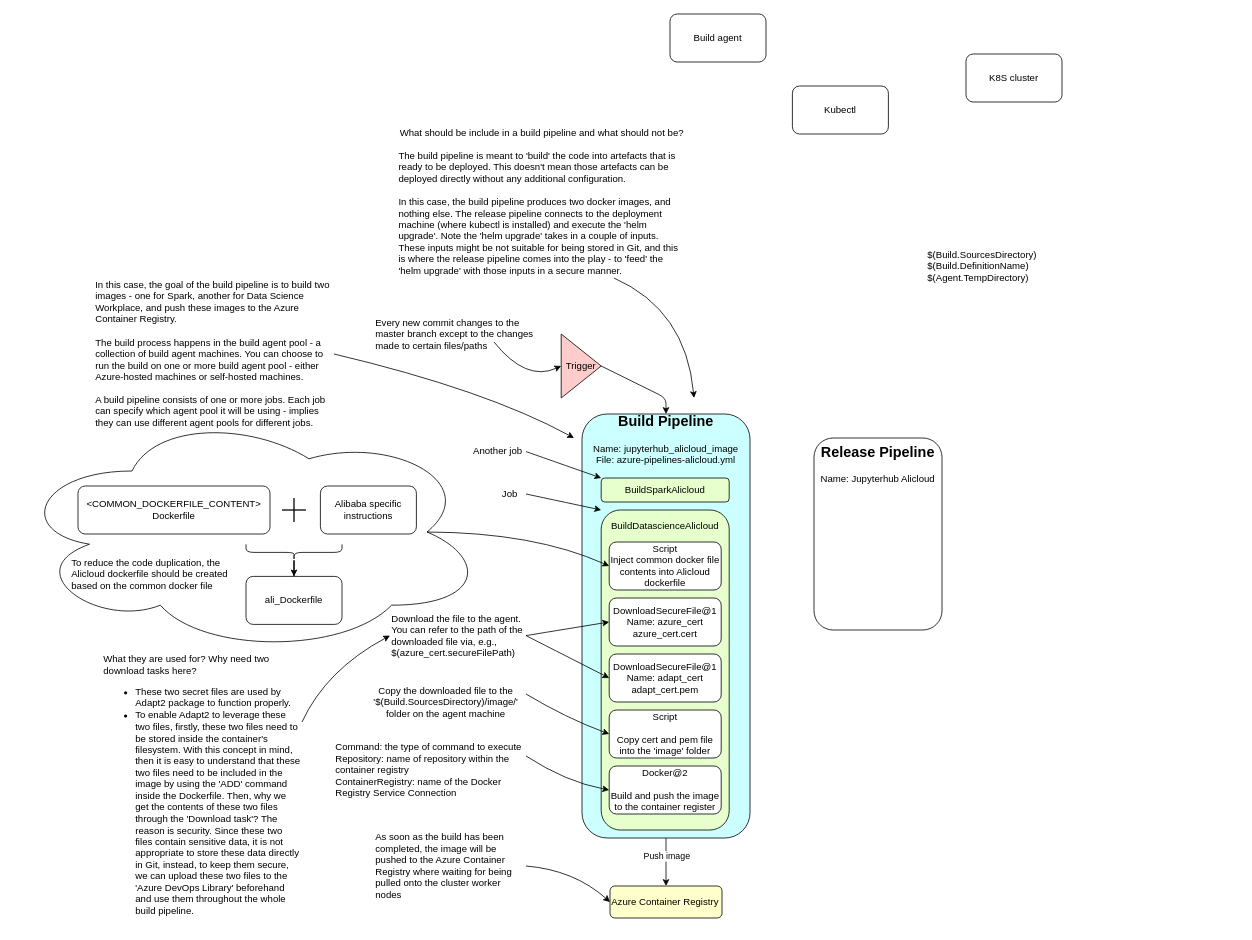
Before: azuredevops.drawio in huangdgm/webstore-v2.0, a draw.io diagram. Source tidied: cells renumbered, new cells numbered last; positions are measured from the earlier drawing's top-left corner, leaving out a move shared by most shapes. Both pictures are drawn from the tidied source at 80%, with x=0, y=0 at pixel (14, 14).
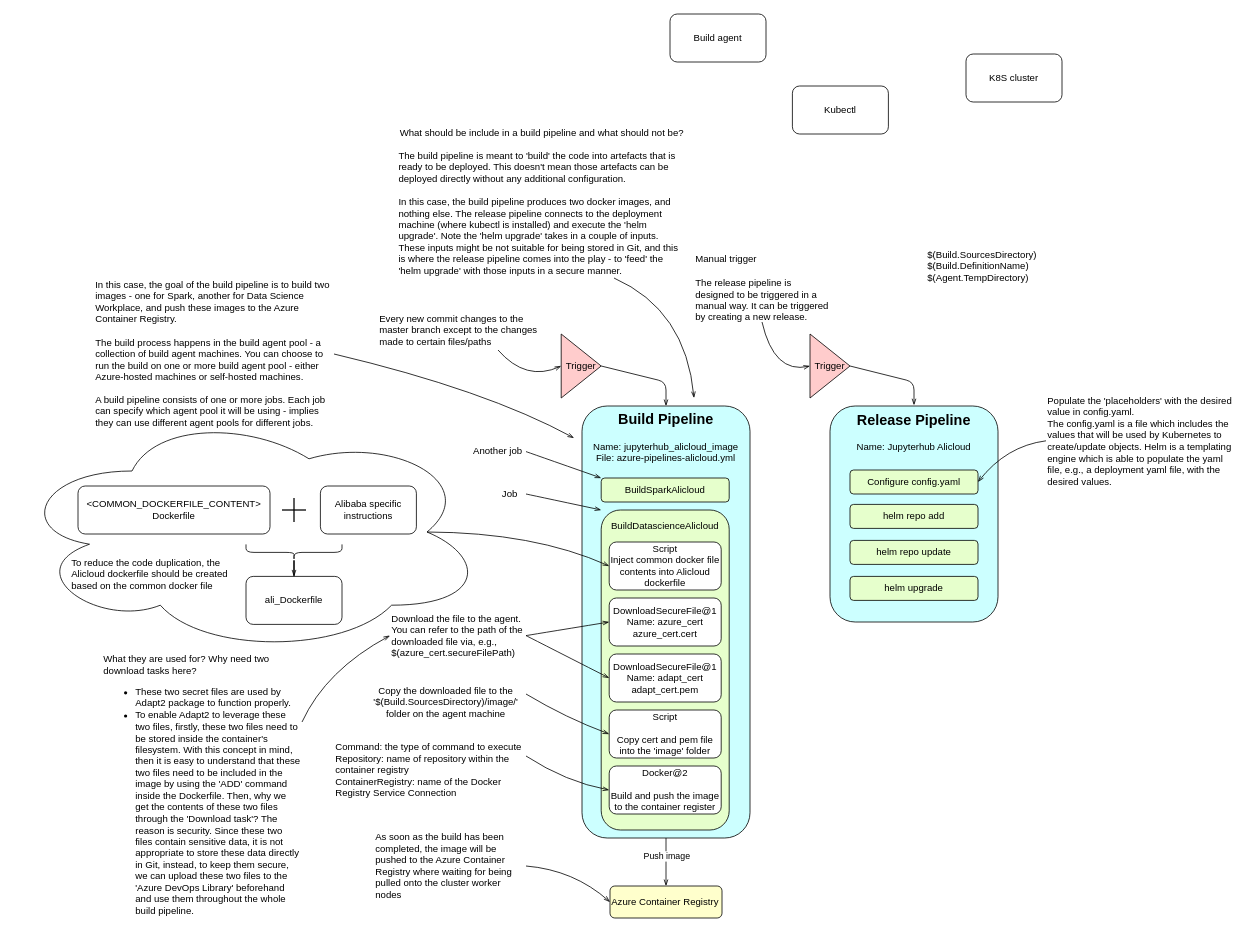
After the change.

The change refers to these unchanged cells:
```xml
<mxCell id="2" style="ellipse;shape=cloud;whiteSpace=wrap;html=1;" parent="1" vertex="1">
  <mxGeometry y="495" width="590" height="305" as="geometry" />
</mxCell>
<mxCell id="7" style="shape=curlyBracket;whiteSpace=wrap;html=1;rounded=1;flipH=1;rotation=90;" parent="1" vertex="1">
  <mxGeometry x="340" y="613" width="20" height="120" as="geometry" />
</mxCell>
<mxCell id="8" value="ali_Dockerfile" style="whiteSpace=wrap;html=1;rounded=1;" parent="1" vertex="1">
  <mxGeometry x="290" y="703" width="120" height="60" as="geometry" />
</mxCell>
<mxCell id="18" value="Azure Container Registry" style="rounded=1;whiteSpace=wrap;html=1;align=left;fillColor=#FFFFCC;" parent="1" vertex="1">
  <mxGeometry x="745" y="1090" width="140" height="40" as="geometry" />
</mxCell>
<mxCell id="20" value="BuildSparkAlicloud" style="rounded=1;whiteSpace=wrap;html=1;fillColor=#E6FFCC;" parent="1" vertex="1">
  <mxGeometry x="734" y="580" width="160" height="30" as="geometry" />
</mxCell>
<mxCell id="21" style="rounded=1;whiteSpace=wrap;html=1;fillColor=#E6FFCC;" parent="1" vertex="1">
  <mxGeometry x="734" y="620" width="160" height="400" as="geometry" />
</mxCell>
<mxCell id="23" value="Script&lt;br&gt;Inject common docker file contents into Alicloud dockerfile" style="rounded=1;whiteSpace=wrap;html=1;" parent="1" vertex="1">
  <mxGeometry x="744" y="660" width="140" height="60" as="geometry" />
</mxCell>
<mxCell id="24" value="DownloadSecureFile@1&lt;br&gt;Name: azure_cert&lt;br&gt;azure_cert.cert" style="rounded=1;whiteSpace=wrap;html=1;" parent="1" vertex="1">
  <mxGeometry x="744" y="730" width="140" height="60" as="geometry" />
</mxCell>
<mxCell id="25" value="DownloadSecureFile@1&lt;br&gt;Name: adapt_cert&lt;br&gt;adapt_cert.pem" style="rounded=1;whiteSpace=wrap;html=1;" parent="1" vertex="1">
  <mxGeometry x="744" y="800" width="140" height="60" as="geometry" />
</mxCell>
<mxCell id="26" value="Script&lt;br&gt;&lt;br&gt;Copy cert and pem file into the 'image' folder" style="rounded=1;whiteSpace=wrap;html=1;" parent="1" vertex="1">
  <mxGeometry x="744" y="870" width="140" height="60" as="geometry" />
</mxCell>
<mxCell id="27" value="Docker@2&lt;br&gt;&lt;br&gt;Build and push the image to the container register" style="rounded=1;whiteSpace=wrap;html=1;" parent="1" vertex="1">
  <mxGeometry x="744" y="940" width="140" height="60" as="geometry" />
</mxCell>
<mxCell id="28" value="Download the file to the agent. You can refer to the path of the downloaded file via, e.g., $(azure_cert.secureFilePath)" style="text;html=1;strokeColor=none;fillColor=none;align=left;verticalAlign=middle;whiteSpace=wrap;rounded=0;" parent="1" vertex="1">
  <mxGeometry x="470" y="747" width="170" height="60" as="geometry" />
</mxCell>
<mxCell id="31" value="Copy the downloaded file to the '$(Build.SourcesDirectory)/image/' folder on the agent machine" style="text;html=1;strokeColor=none;fillColor=none;align=center;verticalAlign=middle;whiteSpace=wrap;rounded=0;" parent="1" vertex="1">
  <mxGeometry x="440" y="840" width="200" height="40" as="geometry" />
</mxCell>
<mxCell id="33" value="Trigger" style="triangle;whiteSpace=wrap;html=1;fillColor=#FFCCCC;" parent="1" vertex="1">
  <mxGeometry x="684" y="400" width="50" height="80" as="geometry" />
</mxCell>
<mxCell id="35" value="Command: the type of command to execute&lt;br&gt;Repository: name of repository within the container registry&lt;br&gt;ContainerRegistry: name of the Docker Registry Service Connection" style="text;html=1;strokeColor=none;fillColor=none;align=left;verticalAlign=middle;whiteSpace=wrap;rounded=0;" parent="1" vertex="1">
  <mxGeometry x="400" y="910" width="240" height="70" as="geometry" />
</mxCell>
<mxCell id="39" value="Job" style="text;html=1;strokeColor=none;fillColor=none;align=center;verticalAlign=middle;whiteSpace=wrap;rounded=0;" parent="1" vertex="1">
  <mxGeometry x="600" y="590" width="40" height="20" as="geometry" />
</mxCell>
<mxCell id="40" value="Another job" style="text;html=1;strokeColor=none;fillColor=none;align=center;verticalAlign=middle;whiteSpace=wrap;rounded=0;" parent="1" vertex="1">
  <mxGeometry x="570" y="537" width="70" height="20" as="geometry" />
</mxCell>
<mxCell id="45" value="In this case, the goal of the build pipeline is to build two images - one for Spark, another for Data Science Workplace, and push these images to the Azure Container Registry.&lt;br&gt;&lt;br&gt;The build process happens in the build agent pool - a collection of build agent machines. You can choose to run the build on one or more build agent pool - either Azure-hosted machines or self-hosted machines.&lt;br&gt;&lt;br&gt;A build pipeline consists of one or more jobs. Each job can specify which agent pool it will be using - implies they can use different agent pools for different jobs." style="text;html=1;strokeColor=none;fillColor=none;align=left;verticalAlign=middle;whiteSpace=wrap;rounded=0;" parent="1" vertex="1">
  <mxGeometry x="100" y="330" width="300" height="190" as="geometry" />
</mxCell>
<mxCell id="47" value="As soon as the build has been completed, the image will be pushed to the Azure Container Registry where waiting for being pulled onto the cluster worker nodes" style="text;html=1;strokeColor=none;fillColor=none;align=left;verticalAlign=middle;whiteSpace=wrap;rounded=0;" parent="1" vertex="1">
  <mxGeometry x="450" y="1020" width="190" height="90" as="geometry" />
</mxCell>
<mxCell id="49" value="What they are used for? Why need two download tasks here?&lt;br&gt;&lt;ul&gt;&lt;li&gt;&lt;span&gt;These two secret files are used by Adapt2 package to function properly.&lt;/span&gt;&lt;/li&gt;&lt;li&gt;To enable Adapt2 to leverage these two files, firstly, these two files need to be stored inside the container's filesystem. With this concept in mind, then it is easy to understand that these two files need to be included in the image by using the 'ADD' command inside the Dockerfile. Then, why we get the contents of these two files through the 'Download task'? The reason is security. Since these two files contain sensitive data, it is not appropriate to store these data directly in Git, instead, to keep them secure, we can upload these two files to the 'Azure DevOps Library' beforehand and use them throughout the whole build pipeline.&lt;/li&gt;&lt;/ul&gt;" style="text;html=1;strokeColor=none;fillColor=none;align=left;verticalAlign=middle;whiteSpace=wrap;rounded=0;" parent="1" vertex="1">
  <mxGeometry x="110" y="800" width="250" height="340" as="geometry" />
</mxCell>
<mxCell id="51" value="What should be include in a build pipeline and what should not be?&lt;br&gt;&lt;br&gt;&lt;div style=&quot;text-align: left&quot;&gt;&lt;span&gt;The build pipeline is meant to 'build' the code into artefacts that is ready to be deployed. This doesn't mean those artefacts can be deployed directly without any additional configuration.&lt;/span&gt;&lt;/div&gt;&lt;div style=&quot;text-align: left&quot;&gt;&lt;span&gt;&lt;br&gt;&lt;/span&gt;&lt;/div&gt;&lt;div style=&quot;text-align: left&quot;&gt;&lt;span&gt;In this case, the build pipeline produces two docker images, and nothing else. The release pipeline connects to the deployment machine (where kubectl is installed) and execute the 'helm upgrade'. Note the 'helm upgrade' takes in a couple of inputs. These inputs might be not suitable for being stored in Git, and this is where the release pipeline comes into the play - to 'feed' the 'helm upgrade' with those inputs in a secure manner.&lt;/span&gt;&lt;/div&gt;" style="text;html=1;strokeColor=none;fillColor=none;align=center;verticalAlign=middle;whiteSpace=wrap;rounded=0;" parent="1" vertex="1">
  <mxGeometry x="480" y="140" width="360" height="190" as="geometry" />
</mxCell>
```

Change to the diagram source:
```diff
@@
-    <mxCell id="6" style="edgeStyle=orthogonalEdgeStyle;rounded=0;jettySize=auto;html=1;" parent="1" edge="1" source="7" target="8">
+    <mxCell id="6" style="edgeStyle=orthogonalEdgeStyle;rounded=0;jettySize=auto;html=1;endArrow=openThin;endFill=0;" parent="1" edge="1" source="7" target="8">
       <mxGeometry relative="1" as="geometry" />
     </mxCell>
@@
-    <mxCell id="9" style="edgeStyle=orthogonalEdgeStyle;rounded=0;jettySize=auto;html=1;" parent="1" edge="1" source="11" target="18">
+    <mxCell id="9" style="edgeStyle=orthogonalEdgeStyle;rounded=0;jettySize=auto;html=1;endArrow=openThin;endFill=0;" parent="1" edge="1" source="11" target="18">
       <mxGeometry relative="1" as="geometry" />
     </mxCell>
@@
     <mxCell id="11" style="rounded=1;whiteSpace=wrap;html=1;fillColor=#CCFFFF;" parent="1" vertex="1">
-      <mxGeometry x="710" y="500" width="210" height="530" as="geometry" />
+      <mxGeometry x="710" y="490" width="210" height="540" as="geometry" />
     </mxCell>
     <mxCell id="12" value="&lt;h2&gt;Build Pipeline&lt;/h2&gt;Name: jupyterhub_alicloud_image&lt;br&gt;File:&amp;nbsp;azure-pipelines-alicloud.yml" style="text;html=1;strokeColor=none;fillColor=none;align=center;verticalAlign=middle;whiteSpace=wrap;rounded=0;" parent="1" vertex="1">
-      <mxGeometry x="720" y="510" width="190" height="30" as="geometry" />
+      <mxGeometry x="720" y="507" width="190" height="30" as="geometry" />
     </mxCell>
-    <mxCell id="13" style="rounded=1;whiteSpace=wrap;html=1;" parent="1" vertex="1">
-      <mxGeometry x="1000" y="530" width="160" height="240" as="geometry" />
+    <mxCell id="13" style="rounded=1;whiteSpace=wrap;html=1;fillColor=#CCFFFF;" parent="1" vertex="1">
+      <mxGeometry x="1020" y="490" width="210" height="270" as="geometry" />
     </mxCell>
     <mxCell id="14" value="&lt;h2&gt;Release Pipeline&lt;/h2&gt;Name: Jupyterhub Alicloud" style="text;html=1;strokeColor=none;fillColor=none;align=center;verticalAlign=middle;whiteSpace=wrap;rounded=0;" parent="1" vertex="1">
-      <mxGeometry x="1000" y="537" width="160" height="35" as="geometry" />
+      <mxGeometry x="1045" y="497" width="160" height="35" as="geometry" />
     </mxCell>
@@
-    <mxCell id="29" style="curved=1;endArrow=classic;html=1;exitX=1;exitY=0.5;exitDx=0;exitDy=0;entryX=0;entryY=0.5;entryDx=0;entryDy=0;" parent="1" edge="1" source="28" target="24">
+    <mxCell id="29" style="curved=1;endArrow=openThin;html=1;exitX=1;exitY=0.5;exitDx=0;exitDy=0;entryX=0;entryY=0.5;entryDx=0;entryDy=0;endFill=0;" parent="1" edge="1" source="28" target="24">
       <mxGeometry relative="1" as="geometry" />
     </mxCell>
-    <mxCell id="30" style="curved=1;endArrow=classic;html=1;exitX=1;exitY=0.5;exitDx=0;exitDy=0;entryX=0;entryY=0.5;entryDx=0;entryDy=0;" parent="1" edge="1" source="28" target="25">
+    <mxCell id="30" style="curved=1;endArrow=openThin;html=1;exitX=1;exitY=0.5;exitDx=0;exitDy=0;entryX=0;entryY=0.5;entryDx=0;entryDy=0;endFill=0;" parent="1" edge="1" source="28" target="25">
       <mxGeometry relative="1" as="geometry" />
     </mxCell>
@@
-    <mxCell id="32" style="curved=1;endArrow=classic;html=1;exitX=1;exitY=0.25;exitDx=0;exitDy=0;entryX=0;entryY=0.5;entryDx=0;entryDy=0;" parent="1" edge="1" source="31" target="26">
+    <mxCell id="32" style="curved=1;endArrow=openThin;html=1;exitX=1;exitY=0.25;exitDx=0;exitDy=0;entryX=0;entryY=0.5;entryDx=0;entryDy=0;endFill=0;" parent="1" edge="1" source="31" target="26">
       <mxGeometry relative="1" as="geometry">
         <Array as="points">
           <mxPoint x="690" y="880" />
         </Array>
       </mxGeometry>
     </mxCell>
@@
-    <mxCell id="34" style="endArrow=classic;html=1;exitX=1;exitY=0.5;exitDx=0;exitDy=0;entryX=0.5;entryY=0;entryDx=0;entryDy=0;" parent="1" edge="1" source="33" target="11">
+    <mxCell id="34" style="endArrow=openThin;html=1;exitX=1;exitY=0.5;exitDx=0;exitDy=0;entryX=0.5;entryY=0;entryDx=0;entryDy=0;endFill=0;" parent="1" edge="1" source="33" target="11">
       <mxGeometry relative="1" as="geometry">
         <Array as="points">
-          <mxPoint x="815" y="480" />
+          <mxPoint x="815" y="460" />
         </Array>
       </mxGeometry>
     </mxCell>
@@
-    <mxCell id="36" style="curved=1;endArrow=classic;html=1;exitX=1;exitY=0.25;exitDx=0;exitDy=0;entryX=0;entryY=0.5;entryDx=0;entryDy=0;" parent="1" edge="1" source="35" target="27">
+    <mxCell id="36" style="curved=1;endArrow=openThin;html=1;exitX=1;exitY=0.25;exitDx=0;exitDy=0;entryX=0;entryY=0.5;entryDx=0;entryDy=0;endFill=0;" parent="1" edge="1" source="35" target="27">
       <mxGeometry relative="1" as="geometry">
         <Array as="points">
           <mxPoint x="690" y="960" />
         </Array>
       </mxGeometry>
     </mxCell>
@@
-    <mxCell id="38" style="curved=1;endArrow=classic;html=1;exitX=0.875;exitY=0.5;exitDx=0;exitDy=0;entryX=0;entryY=0.5;entryDx=0;entryDy=0;exitPerimeter=0;" parent="1" edge="1" source="2" target="23">
+    <mxCell id="38" style="curved=1;endArrow=openThin;html=1;exitX=0.875;exitY=0.5;exitDx=0;exitDy=0;entryX=0;entryY=0.5;entryDx=0;entryDy=0;exitPerimeter=0;endFill=0;" parent="1" edge="1" source="2" target="23">
       <mxGeometry relative="1" as="geometry">
         <Array as="points">
           <mxPoint x="650" y="648" />
         </Array>
       </mxGeometry>
     </mxCell>
@@
-    <mxCell id="41" style="curved=1;endArrow=classic;html=1;exitX=1;exitY=0.5;exitDx=0;exitDy=0;entryX=0;entryY=0;entryDx=0;entryDy=0;" parent="1" edge="1" source="39" target="21">
+    <mxCell id="41" style="curved=1;endArrow=openThin;html=1;exitX=1;exitY=0.5;exitDx=0;exitDy=0;entryX=0;entryY=0;entryDx=0;entryDy=0;endFill=0;" parent="1" edge="1" source="39" target="21">
       <mxGeometry relative="1" as="geometry" />
     </mxCell>
-    <mxCell id="42" style="curved=1;endArrow=classic;html=1;exitX=1;exitY=0.5;exitDx=0;exitDy=0;entryX=0;entryY=0;entryDx=0;entryDy=0;" parent="1" edge="1" source="40" target="20">
+    <mxCell id="42" style="curved=1;endArrow=openThin;html=1;exitX=1;exitY=0.5;exitDx=0;exitDy=0;entryX=0;entryY=0;entryDx=0;entryDy=0;endFill=0;" parent="1" edge="1" source="40" target="20">
       <mxGeometry relative="1" as="geometry" />
     </mxCell>
     <mxCell id="43" value="Every new commit changes to the master branch except to the changes made to certain files/paths" style="text;html=1;strokeColor=none;fillColor=none;align=left;verticalAlign=middle;whiteSpace=wrap;rounded=0;" parent="1" vertex="1">
-      <mxGeometry x="450" y="390" width="200" height="20" as="geometry" />
+      <mxGeometry x="455" y="370" width="200" height="50" as="geometry" />
     </mxCell>
-    <mxCell id="44" style="curved=1;endArrow=classic;html=1;exitX=0.75;exitY=1;exitDx=0;exitDy=0;entryX=0;entryY=0.5;entryDx=0;entryDy=0;" parent="1" edge="1" source="43" target="33">
+    <mxCell id="44" style="curved=1;endArrow=openThin;html=1;exitX=0.75;exitY=1;exitDx=0;exitDy=0;entryX=0;entryY=0.5;entryDx=0;entryDy=0;endFill=0;" parent="1" edge="1" source="43" target="33">
       <mxGeometry relative="1" as="geometry">
         <Array as="points">
           <mxPoint x="640" y="460" />
         </Array>
       </mxGeometry>
     </mxCell>
@@
-    <mxCell id="46" style="curved=1;endArrow=classic;html=1;exitX=1;exitY=0.5;exitDx=0;exitDy=0;" parent="1" edge="1" source="45">
+    <mxCell id="46" style="curved=1;endArrow=openThin;html=1;exitX=1;exitY=0.5;exitDx=0;exitDy=0;endFill=0;" parent="1" edge="1" source="45">
       <mxGeometry relative="1" as="geometry">
         <mxPoint x="700" y="530" as="targetPoint" />
         <Array as="points">
           <mxPoint x="590" y="470" />
         </Array>
       </mxGeometry>
     </mxCell>
@@
-    <mxCell id="48" style="curved=1;endArrow=classic;html=1;exitX=1;exitY=0.5;exitDx=0;exitDy=0;entryX=0;entryY=0.5;entryDx=0;entryDy=0;" parent="1" edge="1" source="47" target="18">
+    <mxCell id="48" style="curved=1;endArrow=openThin;html=1;exitX=1;exitY=0.5;exitDx=0;exitDy=0;entryX=0;entryY=0.5;entryDx=0;entryDy=0;endFill=0;" parent="1" edge="1" source="47" target="18">
       <mxGeometry relative="1" as="geometry">
         <Array as="points">
           <mxPoint x="700" y="1070" />
         </Array>
       </mxGeometry>
     </mxCell>
@@
-    <mxCell id="50" style="curved=1;endArrow=classic;html=1;exitX=1;exitY=0.25;exitDx=0;exitDy=0;entryX=0;entryY=0.5;entryDx=0;entryDy=0;" parent="1" edge="1" source="49" target="28">
+    <mxCell id="50" style="curved=1;endArrow=openThin;html=1;exitX=1;exitY=0.25;exitDx=0;exitDy=0;entryX=0;entryY=0.5;entryDx=0;entryDy=0;endFill=0;" parent="1" edge="1" source="49" target="28">
       <mxGeometry relative="1" as="geometry">
         <Array as="points">
           <mxPoint x="390" y="820" />
         </Array>
       </mxGeometry>
     </mxCell>
@@
-    <mxCell id="52" style="curved=1;endArrow=classic;html=1;exitX=0.75;exitY=1;exitDx=0;exitDy=0;" parent="1" edge="1" source="51">
+    <mxCell id="52" style="curved=1;endArrow=openThin;html=1;exitX=0.75;exitY=1;exitDx=0;exitDy=0;endFill=0;" parent="1" edge="1" source="51">
       <mxGeometry relative="1" as="geometry">
         <mxPoint x="850" y="480" as="targetPoint" />
         <Array as="points">
           <mxPoint x="840" y="370" />
         </Array>
       </mxGeometry>
     </mxCell>
+    <mxCell id="53" value="Configure config.yaml" style="rounded=1;whiteSpace=wrap;html=1;fillColor=#E6FFCC;" parent="1" vertex="1">
+      <mxGeometry x="1045" y="570" width="160" height="30" as="geometry" />
+    </mxCell>
+    <mxCell id="54" value="helm repo add" style="rounded=1;whiteSpace=wrap;html=1;fillColor=#E6FFCC;" parent="1" vertex="1">
+      <mxGeometry x="1045" y="613" width="160" height="30" as="geometry" />
+    </mxCell>
+    <mxCell id="55" value="helm repo update" style="rounded=1;whiteSpace=wrap;html=1;fillColor=#E6FFCC;" parent="1" vertex="1">
+      <mxGeometry x="1045" y="658" width="160" height="30" as="geometry" />
+    </mxCell>
+    <mxCell id="56" value="helm upgrade" style="rounded=1;whiteSpace=wrap;html=1;fillColor=#E6FFCC;" parent="1" vertex="1">
+      <mxGeometry x="1045" y="703" width="160" height="30" as="geometry" />
+    </mxCell>
+    <mxCell id="57" value="Populate the 'placeholders' with the desired value in config.yaml.&lt;br&gt;The config.yaml is a file which includes the values that will be used by Kubernetes to create/update objects. Helm is a templating engine which is able to populate the yaml file, e.g., a deployment yaml file, with the desired values." style="text;html=1;strokeColor=none;fillColor=none;align=left;verticalAlign=middle;whiteSpace=wrap;rounded=0;" parent="1" vertex="1">
+      <mxGeometry x="1290" y="467" width="240" height="133" as="geometry" />
+    </mxCell>
+    <mxCell id="58" style="endArrow=openThin;html=1;exitX=0;exitY=0.5;exitDx=0;exitDy=0;entryX=1;entryY=0.5;entryDx=0;entryDy=0;curved=1;endFill=0;" parent="1" edge="1" source="57" target="53">
+      <mxGeometry relative="1" as="geometry">
+        <Array as="points">
+          <mxPoint x="1240" y="540" />
+        </Array>
+      </mxGeometry>
+    </mxCell>
+    <mxCell id="59" value="Trigger" style="triangle;whiteSpace=wrap;html=1;fillColor=#FFCCCC;" parent="1" vertex="1">
+      <mxGeometry x="995" y="400" width="50" height="80" as="geometry" />
+    </mxCell>
+    <mxCell id="60" style="endArrow=openThin;html=1;exitX=1;exitY=0.5;exitDx=0;exitDy=0;endFill=0;" parent="1" edge="1" source="59">
+      <mxGeometry relative="1" as="geometry">
+        <mxPoint x="1125" y="489" as="targetPoint" />
+        <Array as="points">
+          <mxPoint x="1125" y="460" />
+        </Array>
+      </mxGeometry>
+    </mxCell>
+    <mxCell id="61" value="Manual trigger&lt;br&gt;&lt;br&gt;The release pipeline is designed to be triggered in a manual way. It can be triggered by creating a new release." style="text;html=1;strokeColor=none;fillColor=none;align=left;verticalAlign=middle;whiteSpace=wrap;rounded=0;" parent="1" vertex="1">
+      <mxGeometry x="850" y="300" width="170" height="85" as="geometry" />
+    </mxCell>
+    <mxCell id="62" style="curved=1;endArrow=openThin;html=1;exitX=0.5;exitY=1;exitDx=0;exitDy=0;entryX=0;entryY=0.5;entryDx=0;entryDy=0;endFill=0;" parent="1" edge="1" source="61" target="59">
+      <mxGeometry relative="1" as="geometry">
+        <Array as="points">
+          <mxPoint x="950" y="450" />
+        </Array>
+      </mxGeometry>
+    </mxCell>
```
